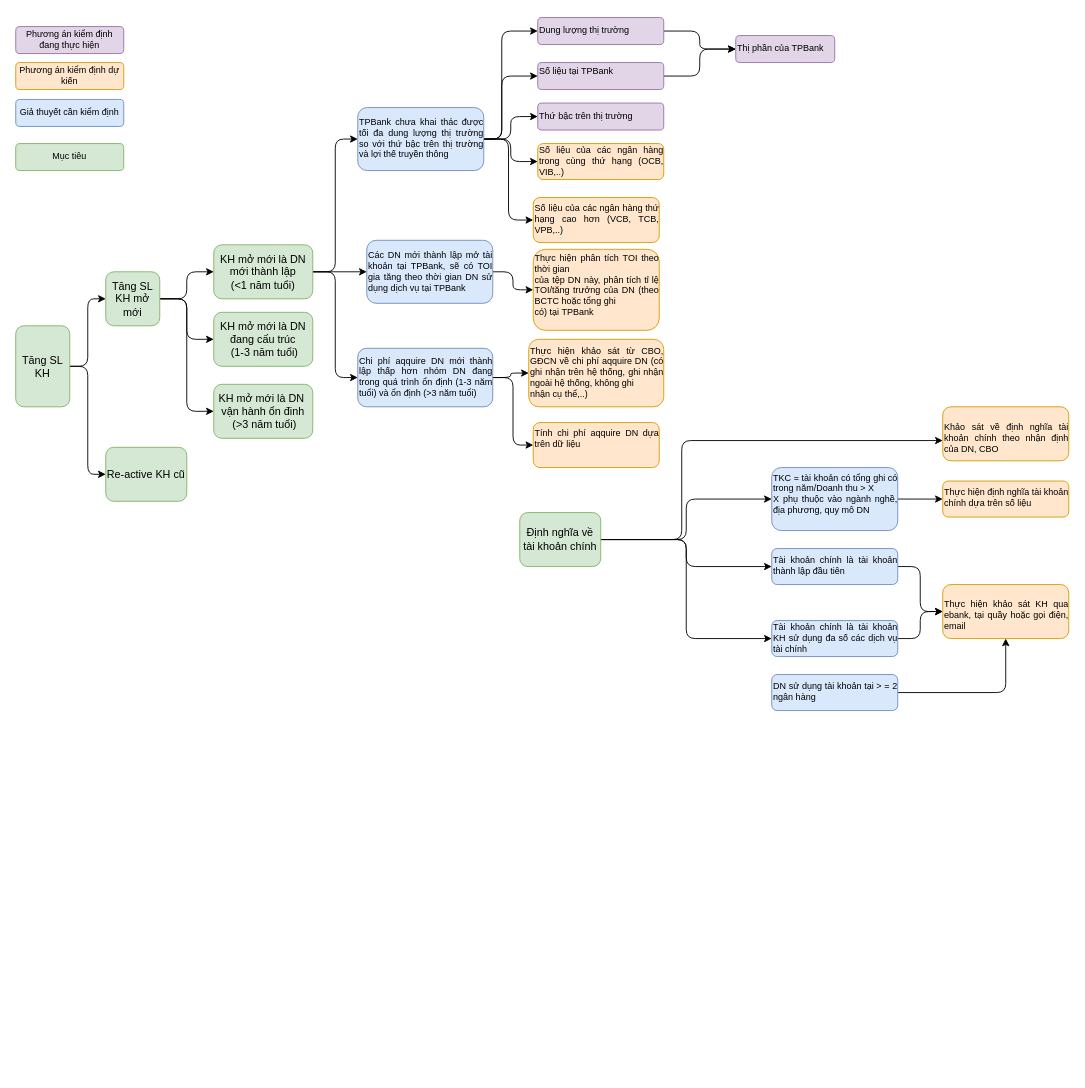
Before: tree map.drawio in ddv245/applied-data-science-cap-stone, a draw.io diagram. Source tidied: cells renumbered, new cells numbered last; positions are measured from the earlier drawing's top-left corner, leaving out a move shared by most shapes. Both pictures are drawn from the tidied source at 90%, with x=0, y=0 at pixel (15, 17).
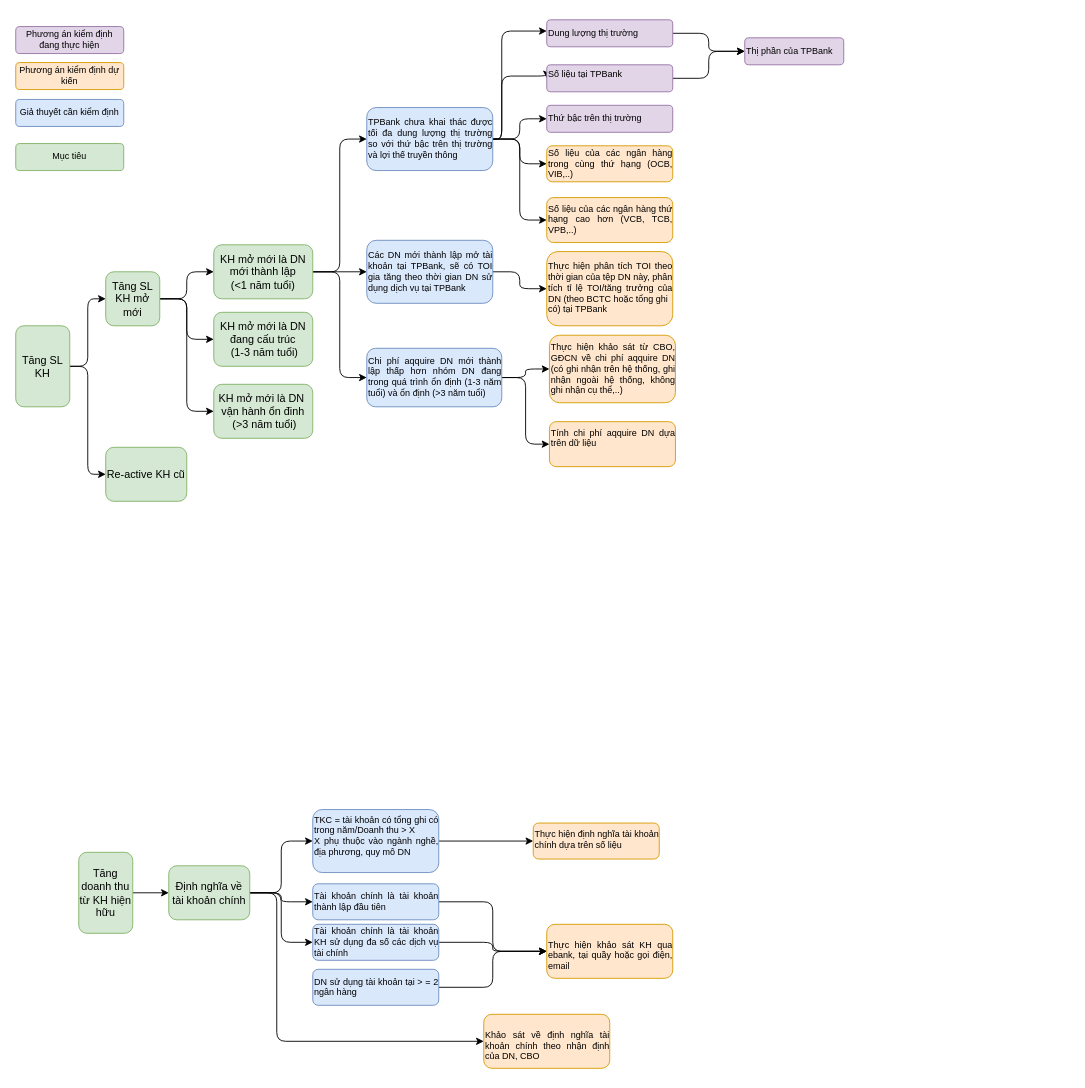
The same diagram, later.

What changed in the source:
```diff
@@
-    <mxCell id="2" style="edgeStyle=orthogonalEdgeStyle;rounded=1;jettySize=auto;html=1;fontSize=10;" parent="1" edge="1" source="6" target="8">
+    <mxCell id="2" style="edgeStyle=orthogonalEdgeStyle;rounded=1;jettySize=auto;html=1;fontSize=10;exitX=1;exitY=0.5;exitDx=0;exitDy=0;entryX=0;entryY=0.5;entryDx=0;entryDy=0;" parent="1" edge="1" source="6" target="8">
       <mxGeometry relative="1" as="geometry" />
     </mxCell>
-    <mxCell id="3" style="edgeStyle=orthogonalEdgeStyle;rounded=1;jettySize=auto;html=1;" parent="1" edge="1" source="6" target="10">
-      <mxGeometry relative="1" as="geometry">
-        <Array as="points">
-          <mxPoint x="740" y="580" />
-          <mxPoint x="740" y="470" />
-          <mxPoint x="1089" y="470" />
-        </Array>
-      </mxGeometry>
-    </mxCell>
@@
+    <mxCell id="3" style="edgeStyle=orthogonalEdgeStyle;rounded=1;jettySize=auto;html=1;entryX=0;entryY=0.5;entryDx=0;entryDy=0;" parent="1" edge="1" source="6" target="10">
+      <mxGeometry relative="1" as="geometry">
+        <Array as="points">
+          <mxPoint x="290" y="972.5" />
+          <mxPoint x="290" y="1137.5" />
+        </Array>
+      </mxGeometry>
+    </mxCell>
     <mxCell id="6" value="&lt;p style=&quot;margin-top: 0pt; margin-bottom: 0pt; margin-left: 0in; direction: ltr; unicode-bidi: embed; word-break: normal;&quot;&gt;Định nghĩa về tài khoản chính&lt;/p&gt;" style="rounded=1;whiteSpace=wrap;html=1;fillColor=#d5e8d4;strokeColor=#82b366;" parent="1" vertex="1">
-      <mxGeometry x="560" y="550" width="90" height="60" as="geometry" />
+      <mxGeometry x="170" y="942.5" width="90" height="60" as="geometry" />
     </mxCell>
@@
     <mxCell id="8" value="&lt;p style=&quot;margin-top: 0pt; margin-bottom: 0pt; margin-left: 0in; direction: ltr; unicode-bidi: embed; word-break: normal; font-size: 10px;&quot;&gt;&lt;/p&gt;&lt;div style=&quot;text-align: justify; font-size: 10px;&quot;&gt;&lt;span style=&quot;background-color: initial;&quot;&gt;&lt;font style=&quot;font-size: 10px;&quot;&gt;TKC = tài khoản có tổng ghi có trong&amp;nbsp;&lt;/font&gt;&lt;/span&gt;&lt;span style=&quot;background-color: initial;&quot;&gt;năm/Doanh thu &amp;gt; X&lt;/span&gt;&lt;/div&gt;&lt;font style=&quot;font-size: 10px;&quot;&gt;&lt;div style=&quot;text-align: justify;&quot;&gt;&lt;span style=&quot;background-color: initial; font-family: Arial;&quot;&gt;X phụ thuộc vào ngành nghề, địa phương,&amp;nbsp;&lt;/span&gt;&lt;span style=&quot;background-color: initial; font-family: Arial;&quot;&gt;quy mô DN&lt;/span&gt;&lt;/div&gt;&lt;/font&gt;&lt;p&gt;&lt;/p&gt;" style="rounded=1;whiteSpace=wrap;html=1;fillColor=#dae8fc;strokeColor=#6c8ebf;align=left;verticalAlign=middle;" parent="1" vertex="1">
-      <mxGeometry x="840" y="500" width="140" height="70" as="geometry" />
+      <mxGeometry x="330" y="880" width="140" height="70" as="geometry" />
     </mxCell>
     <mxCell id="9" value="&lt;p style=&quot;margin-top: 0pt; margin-bottom: 0pt; margin-left: 0in; direction: ltr; unicode-bidi: embed; word-break: normal; font-size: 10px;&quot;&gt;&lt;/p&gt;&lt;div style=&quot;text-align: justify; font-size: 10px;&quot;&gt;&lt;div&gt;Thực hiện định nghĩa tài khoản chính dựa trên số liệu&lt;/div&gt;&lt;/div&gt;&lt;p&gt;&lt;/p&gt;" style="rounded=1;whiteSpace=wrap;html=1;fillColor=#ffe6cc;strokeColor=#d79b00;align=left;verticalAlign=top;horizontal=1;" parent="1" vertex="1">
-      <mxGeometry x="1030" y="515" width="140" height="40" as="geometry" />
+      <mxGeometry x="575" y="895" width="140" height="40" as="geometry" />
     </mxCell>
     <mxCell id="10" value="&lt;p style=&quot;margin-top: 0pt; margin-bottom: 0pt; margin-left: 0in; direction: ltr; unicode-bidi: embed; word-break: normal; font-size: 10px;&quot;&gt;&lt;/p&gt;&lt;div style=&quot;text-align: justify; font-size: 10px;&quot;&gt;&lt;p&gt;Khảo sát về định nghĩa tài khoản chính theo nhận định của DN, CBO&lt;/p&gt;&lt;/div&gt;&lt;p&gt;&lt;/p&gt;" style="rounded=1;whiteSpace=wrap;html=1;fillColor=#ffe6cc;strokeColor=#d79b00;align=left;verticalAlign=top;horizontal=1;" parent="1" vertex="1">
-      <mxGeometry x="1030" y="432.5" width="140" height="60" as="geometry" />
+      <mxGeometry x="520" y="1107.5" width="140" height="60" as="geometry" />
     </mxCell>
@@
-    <mxCell id="13" value="&lt;p style=&quot;margin-top: 0pt; margin-bottom: 0pt; margin-left: 0in; direction: ltr; unicode-bidi: embed; word-break: normal; font-size: 10px;&quot;&gt;&lt;/p&gt;&lt;div style=&quot;text-align: justify; font-size: 10px;&quot;&gt;&lt;p style=&quot;language:en-US;margin-top:0pt;margin-bottom:0pt;margin-left:0in;&lt;br/&gt;text-align:center;direction:ltr;unicode-bidi:embed;mso-line-break-override:&lt;br/&gt;none;word-break:normal;punctuation-wrap:hanging&quot;&gt;Thực hiện phân tích TOI theo thời gian&lt;br/&gt;của tệp DN này, phân tích tỉ lệ TOI/tăng trưởng của DN (theo BCTC hoặc tổng ghi&lt;br/&gt;có) tại TPBank&lt;/p&gt;&lt;/div&gt;&lt;p&gt;&lt;/p&gt;" style="rounded=1;whiteSpace=wrap;html=1;fillColor=#ffe6cc;strokeColor=#d79b00;align=left;verticalAlign=middle;" parent="1" vertex="1">
-      <mxGeometry x="575" y="257.5" width="140" height="90" as="geometry" />
+    <mxCell id="13" value="&lt;p style=&quot;margin-top: 0pt; margin-bottom: 0pt; margin-left: 0in; direction: ltr; unicode-bidi: embed; word-break: normal; font-size: 10px;&quot;&gt;&lt;/p&gt;&lt;div style=&quot;text-align: justify; font-size: 10px;&quot;&gt;&lt;p&gt;Thực hiện phân tích TOI theo thời gian của tệp DN này, phân tích tỉ lệ TOI/tăng trưởng của DN (theo BCTC hoặc tổng ghi&lt;br&gt;có) tại TPBank&lt;/p&gt;&lt;/div&gt;&lt;p&gt;&lt;/p&gt;" style="rounded=1;whiteSpace=wrap;html=1;fillColor=#ffe6cc;strokeColor=#d79b00;align=left;verticalAlign=middle;" parent="1" vertex="1">
+      <mxGeometry x="590" y="260" width="140" height="82.5" as="geometry" />
     </mxCell>
@@
     <mxCell id="19" value="&lt;p style=&quot;margin-top: 0pt; margin-bottom: 0pt; margin-left: 0in; direction: ltr; unicode-bidi: embed; word-break: normal; font-size: 10px;&quot;&gt;&lt;/p&gt;&lt;div style=&quot;text-align: justify; font-size: 10px;&quot;&gt;&lt;p&gt;TPBank chưa khai thác được tối đa dung lượng thị trường so với thứ bậc trên thị trường và lợi thế truyền thông&amp;nbsp;&lt;/p&gt;&lt;/div&gt;&lt;p&gt;&lt;/p&gt;" style="rounded=1;whiteSpace=wrap;html=1;fillColor=#dae8fc;strokeColor=#6c8ebf;align=left;verticalAlign=middle;" parent="1" vertex="1">
-      <mxGeometry x="380" y="100" width="140" height="70" as="geometry" />
+      <mxGeometry x="390" y="100" width="140" height="70" as="geometry" />
     </mxCell>
     <mxCell id="20" value="&lt;p style=&quot;margin-top: 0pt; margin-bottom: 0pt; margin-left: 0in; direction: ltr; unicode-bidi: embed; word-break: normal; font-size: 10px;&quot;&gt;&lt;/p&gt;&lt;div style=&quot;text-align: justify; font-size: 10px;&quot;&gt;&lt;p&gt;Số liệu của các ngân hàng trong cùng thứ hạng (OCB, VIB,..)&lt;/p&gt;&lt;/div&gt;&lt;p&gt;&lt;/p&gt;" style="rounded=1;whiteSpace=wrap;html=1;fillColor=#ffe6cc;strokeColor=#d79b00;align=left;verticalAlign=middle;" parent="1" vertex="1">
-      <mxGeometry x="580" y="140" width="140" height="40" as="geometry" />
+      <mxGeometry x="590" y="142.5" width="140" height="40" as="geometry" />
     </mxCell>
@@
     <mxCell id="22" value="&lt;p style=&quot;margin-top: 0pt; margin-bottom: 0pt; margin-left: 0in; direction: ltr; unicode-bidi: embed; word-break: normal; font-size: 10px;&quot;&gt;&lt;/p&gt;&lt;div style=&quot;text-align: justify; font-size: 10px;&quot;&gt;&lt;p style=&quot;language:en-US;margin-top:0pt;margin-bottom:0pt;margin-left:0in;&lt;br/&gt;text-align:center;direction:ltr;unicode-bidi:embed;mso-line-break-override:&lt;br/&gt;none;word-break:normal;punctuation-wrap:hanging&quot;&gt;Số liệu tại TPBank&lt;/p&gt;&lt;/div&gt;&lt;p&gt;&lt;/p&gt;" style="rounded=1;whiteSpace=wrap;html=1;fillColor=#e1d5e7;strokeColor=#9673a6;align=left;verticalAlign=middle;" parent="1" vertex="1">
-      <mxGeometry x="580" y="50" width="140" height="30" as="geometry" />
+      <mxGeometry x="590" y="52.5" width="140" height="30" as="geometry" />
     </mxCell>
     <mxCell id="23" value="&lt;p style=&quot;margin-top: 0pt; margin-bottom: 0pt; margin-left: 0in; direction: ltr; unicode-bidi: embed; word-break: normal; font-size: 10px;&quot;&gt;&lt;/p&gt;&lt;div style=&quot;text-align: justify; font-size: 10px;&quot;&gt;&lt;p&gt;Số liệu của các ngân hàng thứ hạng cao hơn (VCB, TCB, VPB,..)&lt;br&gt;&lt;/p&gt;&lt;/div&gt;&lt;p&gt;&lt;/p&gt;" style="rounded=1;whiteSpace=wrap;html=1;fillColor=#ffe6cc;strokeColor=#d79b00;align=left;verticalAlign=middle;" parent="1" vertex="1">
-      <mxGeometry x="575" y="200" width="140" height="50" as="geometry" />
+      <mxGeometry x="590" y="200" width="140" height="50" as="geometry" />
     </mxCell>
@@
     <mxCell id="25" value="&lt;p style=&quot;margin-top: 0pt; margin-bottom: 0pt; margin-left: 0in; direction: ltr; unicode-bidi: embed; word-break: normal; font-size: 10px;&quot;&gt;&lt;/p&gt;&lt;div style=&quot;text-align: justify; font-size: 10px;&quot;&gt;&lt;p&gt;Dung lượng thị trường&lt;/p&gt;&lt;/div&gt;&lt;p&gt;&lt;/p&gt;" style="rounded=1;whiteSpace=wrap;html=1;fillColor=#e1d5e7;strokeColor=#9673a6;align=left;verticalAlign=middle;" parent="1" vertex="1">
-      <mxGeometry x="580" width="140" height="30" as="geometry" />
+      <mxGeometry x="590" y="2.5" width="140" height="30" as="geometry" />
     </mxCell>
     <mxCell id="26" value="&lt;p style=&quot;margin-top: 0pt; margin-bottom: 0pt; margin-left: 0in; direction: ltr; unicode-bidi: embed; word-break: normal; font-size: 10px;&quot;&gt;&lt;/p&gt;&lt;div style=&quot;text-align: justify; font-size: 10px;&quot;&gt;&lt;p&gt;Thị phần của TPBank&lt;/p&gt;&lt;/div&gt;&lt;p&gt;&lt;/p&gt;" style="rounded=1;whiteSpace=wrap;html=1;fillColor=#e1d5e7;strokeColor=#9673a6;align=left;verticalAlign=middle;" parent="1" vertex="1">
-      <mxGeometry x="800" y="20" width="110" height="30" as="geometry" />
+      <mxGeometry x="810" y="22.5" width="110" height="30" as="geometry" />
     </mxCell>
-    <mxCell id="27" style="edgeStyle=orthogonalEdgeStyle;rounded=1;jettySize=auto;html=1;" parent="1" edge="1" source="28" target="33">
+    <mxCell id="27" style="edgeStyle=orthogonalEdgeStyle;rounded=1;jettySize=auto;html=1;entryX=0;entryY=0.5;entryDx=0;entryDy=0;" parent="1" edge="1" source="28" target="33">
       <mxGeometry relative="1" as="geometry" />
     </mxCell>
     <mxCell id="28" value="&lt;p style=&quot;margin-top: 0pt; margin-bottom: 0pt; margin-left: 0in; direction: ltr; unicode-bidi: embed; word-break: normal; font-size: 10px;&quot;&gt;&lt;/p&gt;&lt;div style=&quot;text-align: justify; font-size: 10px;&quot;&gt;&lt;p&gt;Tài khoản chính là tài khoản thành lập đầu tiên&lt;/p&gt;&lt;/div&gt;&lt;p&gt;&lt;/p&gt;" style="rounded=1;whiteSpace=wrap;html=1;fillColor=#dae8fc;strokeColor=#6c8ebf;align=left;verticalAlign=middle;" parent="1" vertex="1">
-      <mxGeometry x="840" y="590" width="140" height="40" as="geometry" />
+      <mxGeometry x="330" y="962.5" width="140" height="40" as="geometry" />
     </mxCell>
@@
     <mxCell id="30" value="&lt;p style=&quot;margin-top: 0pt; margin-bottom: 0pt; margin-left: 0in; direction: ltr; unicode-bidi: embed; word-break: normal; font-size: 10px;&quot;&gt;&lt;/p&gt;&lt;div style=&quot;text-align: justify; font-size: 10px;&quot;&gt;&lt;p&gt;DN sử dụng tài khoản tại &amp;gt; = 2 ngân hàng&lt;/p&gt;&lt;/div&gt;&lt;p&gt;&lt;/p&gt;" style="rounded=1;whiteSpace=wrap;html=1;fillColor=#dae8fc;strokeColor=#6c8ebf;align=left;verticalAlign=middle;" parent="1" vertex="1">
-      <mxGeometry x="840" y="730" width="140" height="40" as="geometry" />
+      <mxGeometry x="330" y="1057.5" width="140" height="40" as="geometry" />
     </mxCell>
@@
     <mxCell id="32" value="&lt;p style=&quot;margin-top: 0pt; margin-bottom: 0pt; margin-left: 0in; direction: ltr; unicode-bidi: embed; word-break: normal; font-size: 10px;&quot;&gt;&lt;/p&gt;&lt;div style=&quot;text-align: justify; font-size: 10px;&quot;&gt;&lt;p&gt;Tài khoản chính là tài khoản KH sử dụng đa số các dịch vụ tài chính&lt;/p&gt;&lt;/div&gt;&lt;p&gt;&lt;/p&gt;" style="rounded=1;whiteSpace=wrap;html=1;fillColor=#dae8fc;strokeColor=#6c8ebf;align=left;verticalAlign=middle;" parent="1" vertex="1">
-      <mxGeometry x="840" y="670" width="140" height="40" as="geometry" />
+      <mxGeometry x="330" y="1007.5" width="140" height="40" as="geometry" />
     </mxCell>
     <mxCell id="33" value="&lt;p style=&quot;margin-top: 0pt; margin-bottom: 0pt; margin-left: 0in; direction: ltr; unicode-bidi: embed; word-break: normal; font-size: 10px;&quot;&gt;&lt;/p&gt;&lt;div style=&quot;text-align: justify; font-size: 10px;&quot;&gt;&lt;p&gt;Thực hiện khảo sát KH qua ebank, tại quầy hoặc gọi điện, email&lt;/p&gt;&lt;/div&gt;&lt;p&gt;&lt;/p&gt;" style="rounded=1;whiteSpace=wrap;html=1;fillColor=#ffe6cc;strokeColor=#d79b00;align=left;verticalAlign=top;horizontal=1;" parent="1" vertex="1">
-      <mxGeometry x="1030" y="630" width="140" height="60" as="geometry" />
+      <mxGeometry x="590" y="1007.5" width="140" height="60" as="geometry" />
     </mxCell>
-    <mxCell id="34" style="edgeStyle=orthogonalEdgeStyle;rounded=1;jettySize=auto;html=1;" parent="1" edge="1" source="36" target="37">
+    <mxCell id="34" style="edgeStyle=orthogonalEdgeStyle;rounded=1;jettySize=auto;html=1;entryX=0;entryY=0.5;entryDx=0;entryDy=0;" parent="1" edge="1" source="36" target="37">
       <mxGeometry relative="1" as="geometry" />
     </mxCell>
@@
     <mxCell id="36" value="&lt;p style=&quot;margin-top: 0pt; margin-bottom: 0pt; margin-left: 0in; direction: ltr; unicode-bidi: embed; word-break: normal; font-size: 10px;&quot;&gt;&lt;/p&gt;&lt;div style=&quot;text-align: justify; font-size: 10px;&quot;&gt;&lt;p&gt;Chi phí aqquire DN mới thành lập thấp hơn nhóm DN đang trong quá trình ổn định (1-3 năm tuổi) và ổn định (&amp;gt;3 năm tuổi)&lt;/p&gt;&lt;/div&gt;&lt;p&gt;&lt;/p&gt;" style="rounded=1;whiteSpace=wrap;html=1;fillColor=#dae8fc;strokeColor=#6c8ebf;align=left;verticalAlign=middle;" parent="1" vertex="1">
-      <mxGeometry x="380" y="367.5" width="150" height="65" as="geometry" />
+      <mxGeometry x="390" y="367.5" width="150" height="65" as="geometry" />
     </mxCell>
-    <mxCell id="37" value="&lt;p style=&quot;margin-top: 0pt; margin-bottom: 0pt; margin-left: 0in; direction: ltr; unicode-bidi: embed; word-break: normal; font-size: 10px;&quot;&gt;&lt;/p&gt;&lt;div style=&quot;text-align: justify; font-size: 10px;&quot;&gt;&lt;p&gt;Thực hiện khảo sát từ CBO, GĐCN về chi phí aqquire DN (có ghi nhận trên hệ thống, ghi nhận ngoài hệ thống, không ghi&lt;br&gt;nhận cụ thể,..)&lt;/p&gt;&lt;/div&gt;&lt;p&gt;&lt;/p&gt;" style="rounded=1;whiteSpace=wrap;html=1;fillColor=#ffe6cc;strokeColor=#d79b00;align=left;verticalAlign=middle;" parent="1" vertex="1">
-      <mxGeometry x="570" y="357.5" width="150" height="75" as="geometry" />
+    <mxCell id="37" value="&lt;p style=&quot;margin-top: 0pt; margin-bottom: 0pt; margin-left: 0in; direction: ltr; unicode-bidi: embed; word-break: normal; font-size: 10px;&quot;&gt;&lt;/p&gt;&lt;div style=&quot;text-align: justify; font-size: 10px;&quot;&gt;&lt;p&gt;Thực hiện khảo sát từ CBO, GĐCN về chi phí aqquire DN (có ghi nhận trên hệ thống, ghi nhận ngoài hệ thống, không ghi nhận cụ thể,..)&lt;/p&gt;&lt;/div&gt;&lt;p&gt;&lt;/p&gt;" style="rounded=1;whiteSpace=wrap;html=1;fillColor=#ffe6cc;strokeColor=#d79b00;align=left;verticalAlign=middle;" parent="1" vertex="1">
+      <mxGeometry x="593" y="353" width="140" height="75" as="geometry" />
     </mxCell>
     <mxCell id="38" value="&lt;p style=&quot;margin-top: 0pt; margin-bottom: 0pt; margin-left: 0in; direction: ltr; unicode-bidi: embed; word-break: normal; font-size: 10px;&quot;&gt;&lt;/p&gt;&lt;div style=&quot;text-align: justify; font-size: 10px;&quot;&gt;&lt;p style=&quot;language:en-US;margin-top:0pt;margin-bottom:0pt;margin-left:0in;&lt;br/&gt;text-align:center;direction:ltr;unicode-bidi:embed;mso-line-break-override:&lt;br/&gt;none;word-break:normal;punctuation-wrap:hanging&quot;&gt;Tính chi phí aqquire DN dựa trên dữ liệu&lt;/p&gt;&lt;/div&gt;&lt;p&gt;&lt;/p&gt;" style="rounded=1;whiteSpace=wrap;html=1;fillColor=#ffe6cc;strokeColor=#d79b00;align=left;verticalAlign=top;horizontal=1;" parent="1" vertex="1">
-      <mxGeometry x="575" y="450" width="140" height="50" as="geometry" />
+      <mxGeometry x="593" y="449" width="140" height="50" as="geometry" />
     </mxCell>
@@
     <mxCell id="42" value="&lt;p style=&quot;margin-top: 0pt; margin-bottom: 0pt; margin-left: 0in; direction: ltr; unicode-bidi: embed; word-break: normal; font-size: 10px;&quot;&gt;&lt;/p&gt;&lt;div style=&quot;text-align: justify; font-size: 10px;&quot;&gt;&lt;p&gt;Thứ bậc trên thị trường&lt;/p&gt;&lt;/div&gt;&lt;p&gt;&lt;/p&gt;" style="rounded=1;whiteSpace=wrap;html=1;fillColor=#e1d5e7;strokeColor=#9673a6;align=left;verticalAlign=middle;" parent="1" vertex="1">
-      <mxGeometry x="580" y="95" width="140" height="30" as="geometry" />
+      <mxGeometry x="590" y="97.5" width="140" height="30" as="geometry" />
     </mxCell>
@@
+    <mxCell id="58" style="edgeStyle=orthogonalEdgeStyle;rounded=1;jettySize=auto;html=1;" parent="1" edge="1" source="59" target="6">
+      <mxGeometry relative="1" as="geometry" />
+    </mxCell>
+    <mxCell id="59" value="&lt;p style=&quot;margin-top: 0pt; margin-bottom: 0pt; margin-left: 0in; direction: ltr; unicode-bidi: embed; word-break: normal;&quot;&gt;Tăng doanh thu từ KH hiện hữu&lt;/p&gt;" style="rounded=1;whiteSpace=wrap;html=1;fillColor=#d5e8d4;strokeColor=#82b366;" parent="1" vertex="1">
+      <mxGeometry x="70" y="927.5" width="60" height="90" as="geometry" />
+    </mxCell>
```
